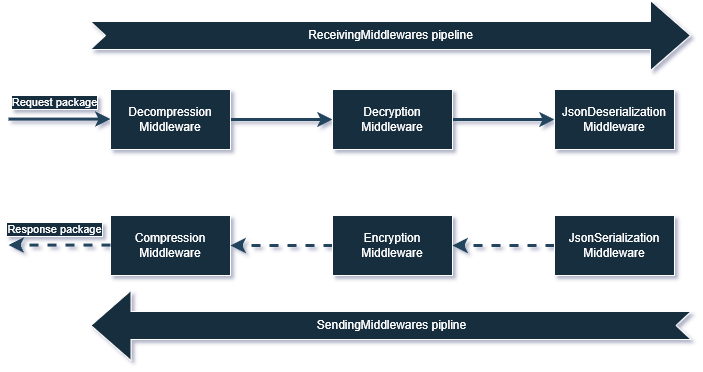
Before: docs/2-essentials/images/before-reordering.drawio.png, a diagram exported from draw.io (VasiliyKolihalov/FatNetLib). Source tidied: cells renumbered, new cells last; positions are measured from the earlier drawing's top-left corner, leaving out a move shared by most shapes. Its diagram source:
```xml
<mxGraphModel shadow="1">
  <root>
    <mxCell id="0" />
    <mxCell id="1" parent="0" />
    <mxCell id="2" style="edgeStyle=orthogonalEdgeStyle;rounded=0;jettySize=auto;html=1;entryX=0;entryY=0.5;entryDx=0;entryDy=0;strokeColor=#23445D;labelBackgroundColor=none;fontColor=default;strokeWidth=3;fontSize=11;" parent="1" edge="1" source="3" target="5">
      <mxGeometry relative="1" as="geometry" />
    </mxCell>
    <mxCell id="3" value="Decompression&lt;br&gt;Middleware" style="rounded=0;whiteSpace=wrap;html=1;strokeColor=#FFFFFF;fontColor=#FFFFFF;fillColor=#182E3E;labelBackgroundColor=none;" parent="1" vertex="1">
      <mxGeometry x="102" y="89" width="120" height="60" as="geometry" />
    </mxCell>
    <mxCell id="4" style="edgeStyle=orthogonalEdgeStyle;rounded=0;jettySize=auto;html=1;exitX=1;exitY=0.5;exitDx=0;exitDy=0;entryX=0;entryY=0.5;entryDx=0;entryDy=0;labelBackgroundColor=none;strokeColor=#23445D;strokeWidth=3;" parent="1" edge="1" source="5" target="13">
      <mxGeometry relative="1" as="geometry" />
    </mxCell>
    <mxCell id="5" value="Decryption&lt;br&gt;Middleware" style="rounded=0;whiteSpace=wrap;html=1;strokeColor=#FFFFFF;fontColor=#FFFFFF;fillColor=#182E3E;labelBackgroundColor=none;" parent="1" vertex="1">
      <mxGeometry x="324" y="89" width="120" height="60" as="geometry" />
    </mxCell>
    <mxCell id="6" value="Compression&lt;br&gt;Middleware" style="rounded=0;whiteSpace=wrap;html=1;strokeColor=#FFFFFF;fontColor=#FFFFFF;fillColor=#182E3E;labelBackgroundColor=none;" parent="1" vertex="1">
      <mxGeometry x="102" y="215" width="120" height="60" as="geometry" />
    </mxCell>
    <mxCell id="7" style="edgeStyle=orthogonalEdgeStyle;rounded=0;jettySize=auto;html=1;strokeColor=#23445D;labelBackgroundColor=none;fontColor=default;dashed=1;strokeWidth=3;" parent="1" edge="1" source="8" target="6">
      <mxGeometry relative="1" as="geometry" />
    </mxCell>
    <mxCell id="8" value="Encryption&lt;br&gt;Middleware" style="rounded=0;whiteSpace=wrap;html=1;strokeColor=#FFFFFF;fontColor=#FFFFFF;fillColor=#182E3E;labelBackgroundColor=none;" parent="1" vertex="1">
      <mxGeometry x="324" y="215" width="120" height="60" as="geometry" />
    </mxCell>
    <mxCell id="9" value="ReceivingMiddlewares pipeline" style="html=1;shadow=0;dashed=0;align=center;verticalAlign=middle;shape=mxgraph.arrows2.arrow;dy=0.6;dx=40;notch=15;strokeColor=#FFFFFF;fontColor=#FFFFFF;fillColor=#182E3E;labelBackgroundColor=none;" parent="1" vertex="1">
      <mxGeometry x="82" width="600" height="70" as="geometry" />
    </mxCell>
    <mxCell id="10" value="SendingMiddlewares pipline" style="html=1;shadow=0;dashed=0;align=center;verticalAlign=middle;shape=mxgraph.arrows2.arrow;dy=0.6;dx=40;notch=15;strokeColor=#FFFFFF;fontColor=#FFFFFF;fillColor=#182E3E;flipH=1;labelBackgroundColor=none;" parent="1" vertex="1">
      <mxGeometry x="82.5" y="290" width="600" height="70" as="geometry" />
    </mxCell>
    <mxCell id="11" value="Response package" style="edgeLabel;html=1;align=center;verticalAlign=middle;fontColor=#FFFFFF;labelBackgroundColor=#182E3E;labelBorderColor=#FFFFFF;" parent="1" vertex="1">
      <mxGeometry x="45" y="228" as="geometry" />
    </mxCell>
    <mxCell id="12" value="Request package" style="edgeLabel;html=1;align=center;verticalAlign=middle;fontColor=#FFFFFF;labelBackgroundColor=#182E3E;labelBorderColor=#FFFFFF;" parent="1" vertex="1">
      <mxGeometry x="45" y="101" as="geometry" />
    </mxCell>
    <mxCell id="13" value="JsonDeserialization&lt;br style=&quot;border-color: var(--border-color);&quot;&gt;Middleware" style="rounded=0;whiteSpace=wrap;html=1;strokeColor=#FFFFFF;fontColor=#FFFFFF;fillColor=#182E3E;labelBackgroundColor=none;" parent="1" vertex="1">
      <mxGeometry x="546" y="89" width="120" height="60" as="geometry" />
    </mxCell>
    <mxCell id="14" style="edgeStyle=orthogonalEdgeStyle;rounded=0;jettySize=auto;html=1;entryX=1;entryY=0.5;entryDx=0;entryDy=0;labelBackgroundColor=none;strokeColor=#23445D;dashed=1;strokeWidth=3;" parent="1" edge="1" source="15" target="8">
      <mxGeometry relative="1" as="geometry" />
    </mxCell>
    <mxCell id="15" value="JsonSerialization&lt;br&gt;Middleware" style="rounded=0;whiteSpace=wrap;html=1;strokeColor=#FFFFFF;fontColor=#FFFFFF;fillColor=#182E3E;labelBackgroundColor=none;" parent="1" vertex="1">
      <mxGeometry x="546" y="215" width="120" height="60" as="geometry" />
    </mxCell>
    <mxCell id="16" style="edgeStyle=orthogonalEdgeStyle;rounded=0;orthogonalLoop=1;jettySize=auto;html=1;entryX=0;entryY=0.5;entryDx=0;entryDy=0;strokeColor=#23445D;labelBackgroundColor=none;fontColor=default;strokeWidth=3;fontSize=11;" parent="1" edge="1">
      <mxGeometry relative="1" as="geometry">
        <mxPoint y="118.6" as="sourcePoint" />
        <mxPoint x="102" y="118.6" as="targetPoint" />
      </mxGeometry>
    </mxCell>
    <mxCell id="17" style="edgeStyle=orthogonalEdgeStyle;rounded=0;orthogonalLoop=1;jettySize=auto;html=1;strokeColor=#23445D;labelBackgroundColor=none;fontColor=default;dashed=1;strokeWidth=3;" parent="1" edge="1">
      <mxGeometry relative="1" as="geometry">
        <mxPoint x="102" y="244.6" as="sourcePoint" />
        <mxPoint y="244.6" as="targetPoint" />
      </mxGeometry>
    </mxCell>
  </root>
</mxGraphModel>
```
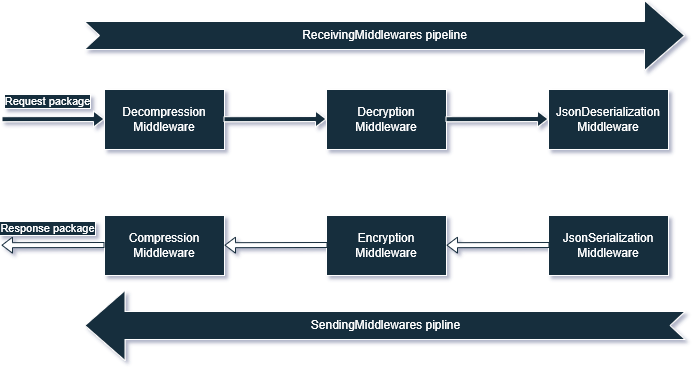
After the change.

Change to the diagram source:
```diff
@@ -2,24 +2,15 @@
   <root>
     <mxCell id="0" />
     <mxCell id="1" parent="0" />
-    <mxCell id="2" style="edgeStyle=orthogonalEdgeStyle;rounded=0;jettySize=auto;html=1;entryX=0;entryY=0.5;entryDx=0;entryDy=0;strokeColor=#23445D;labelBackgroundColor=none;fontColor=default;strokeWidth=3;fontSize=11;" parent="1" edge="1" source="3" target="5">
-      <mxGeometry relative="1" as="geometry" />
-    </mxCell>
     <mxCell id="3" value="Decompression&lt;br&gt;Middleware" style="rounded=0;whiteSpace=wrap;html=1;strokeColor=#FFFFFF;fontColor=#FFFFFF;fillColor=#182E3E;labelBackgroundColor=none;" parent="1" vertex="1">
       <mxGeometry x="102" y="89" width="120" height="60" as="geometry" />
     </mxCell>
-    <mxCell id="4" style="edgeStyle=orthogonalEdgeStyle;rounded=0;jettySize=auto;html=1;exitX=1;exitY=0.5;exitDx=0;exitDy=0;entryX=0;entryY=0.5;entryDx=0;entryDy=0;labelBackgroundColor=none;strokeColor=#23445D;strokeWidth=3;" parent="1" edge="1" source="5" target="13">
-      <mxGeometry relative="1" as="geometry" />
-    </mxCell>
     <mxCell id="5" value="Decryption&lt;br&gt;Middleware" style="rounded=0;whiteSpace=wrap;html=1;strokeColor=#FFFFFF;fontColor=#FFFFFF;fillColor=#182E3E;labelBackgroundColor=none;" parent="1" vertex="1">
       <mxGeometry x="324" y="89" width="120" height="60" as="geometry" />
     </mxCell>
     <mxCell id="6" value="Compression&lt;br&gt;Middleware" style="rounded=0;whiteSpace=wrap;html=1;strokeColor=#FFFFFF;fontColor=#FFFFFF;fillColor=#182E3E;labelBackgroundColor=none;" parent="1" vertex="1">
       <mxGeometry x="102" y="215" width="120" height="60" as="geometry" />
     </mxCell>
-    <mxCell id="7" style="edgeStyle=orthogonalEdgeStyle;rounded=0;jettySize=auto;html=1;strokeColor=#23445D;labelBackgroundColor=none;fontColor=default;dashed=1;strokeWidth=3;" parent="1" edge="1" source="8" target="6">
-      <mxGeometry relative="1" as="geometry" />
-    </mxCell>
     <mxCell id="8" value="Encryption&lt;br&gt;Middleware" style="rounded=0;whiteSpace=wrap;html=1;strokeColor=#FFFFFF;fontColor=#FFFFFF;fillColor=#182E3E;labelBackgroundColor=none;" parent="1" vertex="1">
       <mxGeometry x="324" y="215" width="120" height="60" as="geometry" />
     </mxCell>
@@ -38,23 +29,44 @@
     <mxCell id="13" value="JsonDeserialization&lt;br style=&quot;border-color: var(--border-color);&quot;&gt;Middleware" style="rounded=0;whiteSpace=wrap;html=1;strokeColor=#FFFFFF;fontColor=#FFFFFF;fillColor=#182E3E;labelBackgroundColor=none;" parent="1" vertex="1">
       <mxGeometry x="546" y="89" width="120" height="60" as="geometry" />
     </mxCell>
-    <mxCell id="14" style="edgeStyle=orthogonalEdgeStyle;rounded=0;jettySize=auto;html=1;entryX=1;entryY=0.5;entryDx=0;entryDy=0;labelBackgroundColor=none;strokeColor=#23445D;dashed=1;strokeWidth=3;" parent="1" edge="1" source="15" target="8">
-      <mxGeometry relative="1" as="geometry" />
-    </mxCell>
     <mxCell id="15" value="JsonSerialization&lt;br&gt;Middleware" style="rounded=0;whiteSpace=wrap;html=1;strokeColor=#FFFFFF;fontColor=#FFFFFF;fillColor=#182E3E;labelBackgroundColor=none;" parent="1" vertex="1">
       <mxGeometry x="546" y="215" width="120" height="60" as="geometry" />
     </mxCell>
-    <mxCell id="16" style="edgeStyle=orthogonalEdgeStyle;rounded=0;orthogonalLoop=1;jettySize=auto;html=1;entryX=0;entryY=0.5;entryDx=0;entryDy=0;strokeColor=#23445D;labelBackgroundColor=none;fontColor=default;strokeWidth=3;fontSize=11;" parent="1" edge="1">
-      <mxGeometry relative="1" as="geometry">
-        <mxPoint y="118.6" as="sourcePoint" />
-        <mxPoint x="102" y="118.6" as="targetPoint" />
-      </mxGeometry>
-    </mxCell>
-    <mxCell id="17" style="edgeStyle=orthogonalEdgeStyle;rounded=0;orthogonalLoop=1;jettySize=auto;html=1;strokeColor=#23445D;labelBackgroundColor=none;fontColor=default;dashed=1;strokeWidth=3;" parent="1" edge="1">
-      <mxGeometry relative="1" as="geometry">
-        <mxPoint x="102" y="244.6" as="sourcePoint" />
-        <mxPoint y="244.6" as="targetPoint" />
-      </mxGeometry>
-    </mxCell>
+    <mxCell id="18" style="rounded=0;orthogonalLoop=1;jettySize=auto;html=1;strokeColor=#FFFFFF;entryX=0;entryY=0.5;entryDx=0;entryDy=0;fontSize=18;strokeWidth=1;shape=flexArrow;shadow=0;fillColor=#182E3E;width=5;arcSize=20;endSize=3.1619047619047618;endWidth=10;" parent="1" edge="1">
+      <mxGeometry relative="1" as="geometry">
+        <mxPoint x="-1" y="118.7" as="sourcePoint" />
+        <mxPoint x="102" y="118.5" as="targetPoint" />
+      </mxGeometry>
+    </mxCell>
+    <mxCell id="19" style="rounded=0;orthogonalLoop=1;jettySize=auto;html=1;strokeColor=#182E3E;entryX=0;entryY=0.5;entryDx=0;entryDy=0;fontSize=18;strokeWidth=1;shape=flexArrow;shadow=0;fillColor=#FFFFFF;width=5;arcSize=20;endSize=3.1619047619047618;endWidth=10;" parent="1" edge="1">
+      <mxGeometry relative="1" as="geometry">
+        <mxPoint x="325" y="244.5" as="sourcePoint" />
+        <mxPoint x="222" y="244.7" as="targetPoint" />
+      </mxGeometry>
+    </mxCell>
+    <mxCell id="20" style="rounded=0;orthogonalLoop=1;jettySize=auto;html=1;strokeColor=#FFFFFF;entryX=0;entryY=0.5;entryDx=0;entryDy=0;fontSize=18;strokeWidth=1;shape=flexArrow;shadow=0;fillColor=#182E3E;width=5;arcSize=20;endSize=3.1619047619047618;endWidth=10;" parent="1" edge="1">
+      <mxGeometry relative="1" as="geometry">
+        <mxPoint x="221" y="118.7" as="sourcePoint" />
+        <mxPoint x="324" y="118.5" as="targetPoint" />
+      </mxGeometry>
+    </mxCell>
+    <mxCell id="21" style="rounded=0;orthogonalLoop=1;jettySize=auto;html=1;strokeColor=#FFFFFF;entryX=0;entryY=0.5;entryDx=0;entryDy=0;fontSize=18;strokeWidth=1;shape=flexArrow;shadow=0;fillColor=#182E3E;width=5;arcSize=20;endSize=3.1619047619047618;endWidth=10;" parent="1" edge="1">
+      <mxGeometry relative="1" as="geometry">
+        <mxPoint x="443" y="118.7" as="sourcePoint" />
+        <mxPoint x="546" y="118.5" as="targetPoint" />
+      </mxGeometry>
+    </mxCell>
+    <mxCell id="22" style="rounded=0;orthogonalLoop=1;jettySize=auto;html=1;strokeColor=#182E3E;entryX=0;entryY=0.5;entryDx=0;entryDy=0;fontSize=18;strokeWidth=1;shape=flexArrow;shadow=0;fillColor=#FFFFFF;width=5;arcSize=20;endSize=3.1619047619047618;endWidth=10;" parent="1" edge="1">
+      <mxGeometry relative="1" as="geometry">
+        <mxPoint x="102" y="244.5" as="sourcePoint" />
+        <mxPoint x="-1" y="244.7" as="targetPoint" />
+      </mxGeometry>
+    </mxCell>
+    <mxCell id="23" style="rounded=0;orthogonalLoop=1;jettySize=auto;html=1;strokeColor=#182E3E;entryX=0;entryY=0.5;entryDx=0;entryDy=0;fontSize=18;strokeWidth=1;shape=flexArrow;shadow=0;fillColor=#FFFFFF;width=5;arcSize=20;endSize=3.1619047619047618;endWidth=10;" parent="1" edge="1">
+      <mxGeometry relative="1" as="geometry">
+        <mxPoint x="547" y="244.5" as="sourcePoint" />
+        <mxPoint x="444" y="244.7" as="targetPoint" />
+      </mxGeometry>
+    </mxCell>
   </root>
 </mxGraphModel>
```
